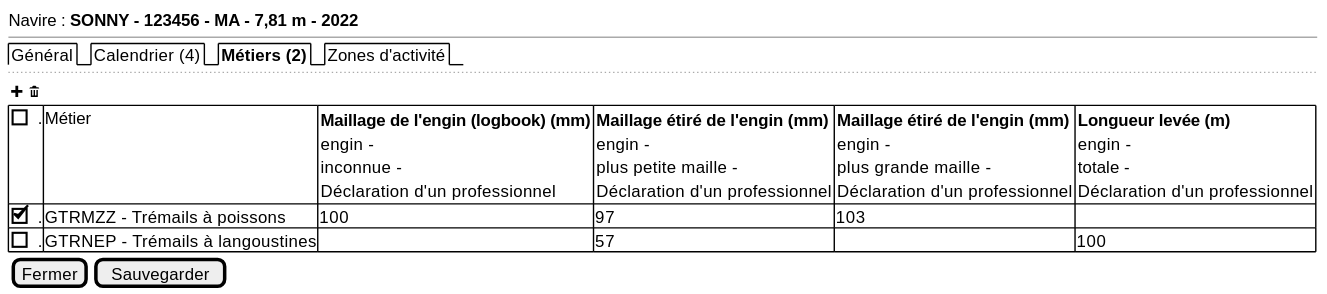
Earlier version of the PlantUML export projects/activity-calendar/spe/images/activity-calendar-metiers.svg (sumaris-net/sumaris-doc). Its source is kept beside it as projects/activity-calendar/spe/images/activity-calendar-metiers.puml.
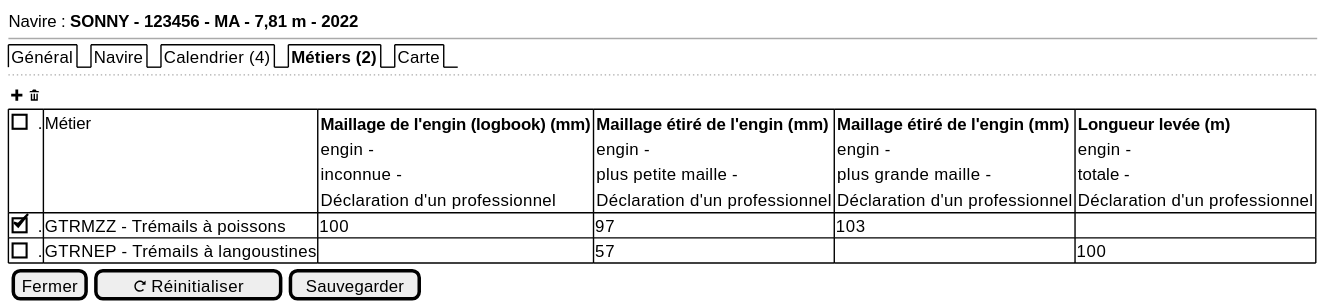
Later version of the same file.

What changed in the source:
```diff
@@ -2,7 +2,7 @@
 {
   Navire : <b>SONNY - 123456 - MA - 7,81 m - 2022
   --
-  {/ Général | Calendrier (4) | <b>Métiers (2) | Zones d'activité}
+  {/ Général | Navire | Calendrier (4) | <b>Métiers (2) | Carte}
   ..
   { <&plus> <&trash> }
   {# [ ]. |Métier | {<b>Maillage de l'engin (logbook) (mm)
@@ -25,6 +25,6 @@
      [ ]. | GTRNEP - Trémails à langoustines | . | 57 | . | 100
   }
 
-  { [Fermer] | [Sauvegarder] }
+  { [Fermer] | [<&reload> Réinitialiser] | [Sauvegarder] }
 }
 @endsalt
```
